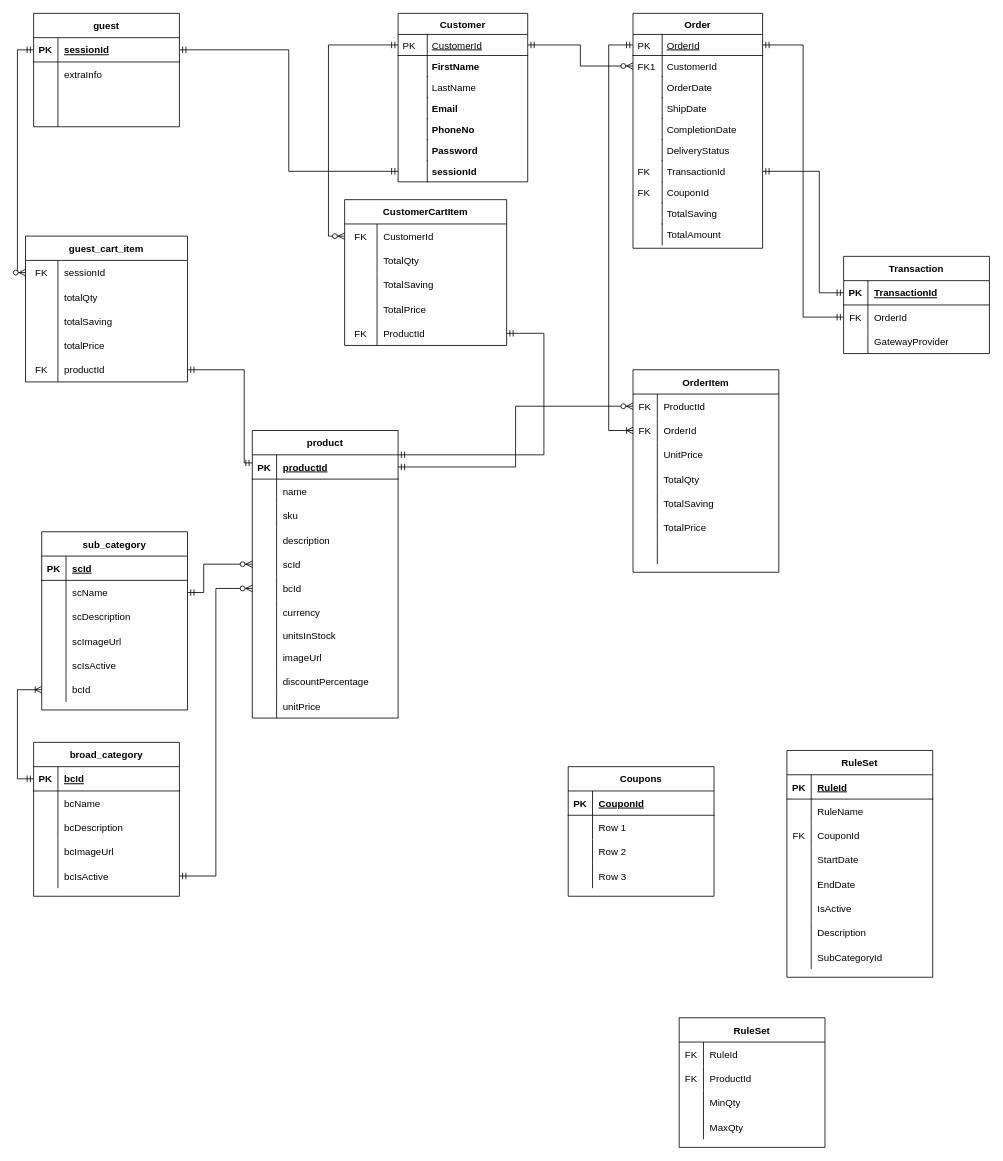
Earlier version of the draw.io diagram resources/e-food.drawio (shashankvivek/e-food-server). Source tidied: cells renumbered, new cells numbered last; positions are measured from the earlier drawing's top-left corner, leaving out a move shared by most shapes. Both pictures are drawn from the tidied source at 81%, with x=0, y=0 at pixel (17, 13).
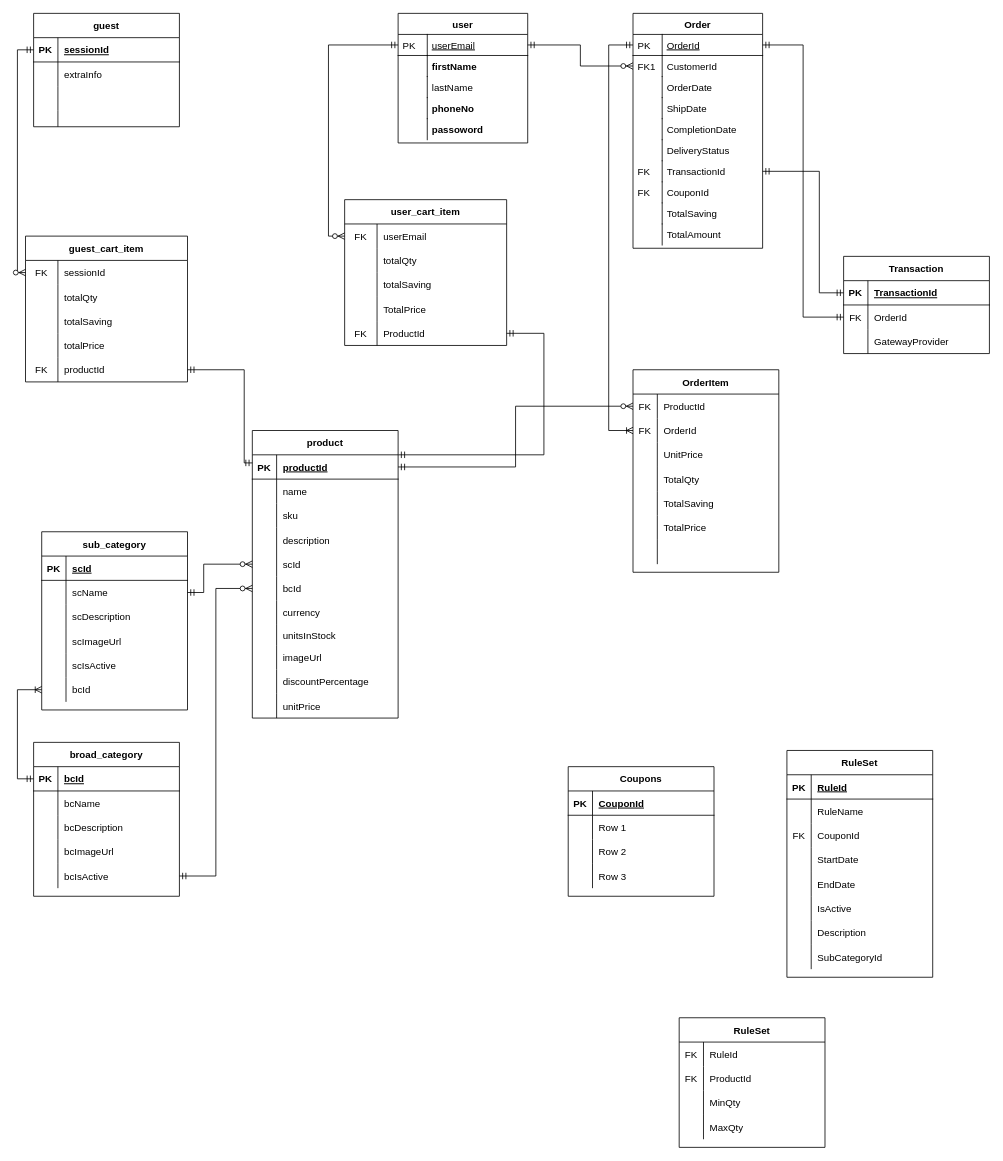
The same page after the edit.

Unchanged cells that the change refers to:
```xml
<mxCell id="72" style="shape=partialRectangle;fillColor=none;top=0;left=0;bottom=1;right=0;points=[[0,0.5],[1,0.5]];portConstraint=eastwest;" parent="71" vertex="1">
  <mxGeometry y="30" width="180" height="30" as="geometry" />
</mxCell>
<mxCell id="96" style="shape=partialRectangle;fillColor=none;top=0;left=0;bottom=0;right=0;points=[[0,0.5],[1,0.5]];portConstraint=eastwest;" parent="95" vertex="1">
  <mxGeometry y="30" width="200" height="30" as="geometry" />
</mxCell>
<mxCell id="99" style="shape=partialRectangle;fillColor=none;top=0;left=0;bottom=0;right=0;" parent="95" vertex="1">
  <mxGeometry y="60" width="200" height="30" as="geometry" />
</mxCell>
<mxCell id="102" style="shape=partialRectangle;fillColor=none;top=0;left=0;bottom=0;right=0;" parent="95" vertex="1">
  <mxGeometry y="90" width="200" height="30" as="geometry" />
</mxCell>
```

Diff of the diagram source:
```diff
@@
-    <mxCell id="50" value="Customer" style="swimlane;fontStyle=1;horizontal=1;startSize=26;rounded=0;shadow=0;strokeWidth=1;" parent="1" vertex="1">
-      <mxGeometry x="470" width="160" height="208" as="geometry" />
+    <mxCell id="50" value="user" style="swimlane;fontStyle=1;horizontal=1;startSize=26;rounded=0;shadow=0;strokeWidth=1;" parent="1" vertex="1">
+      <mxGeometry x="470" width="160" height="160" as="geometry" />
     </mxCell>
-    <mxCell id="51" value="CustomerId" style="shape=partialRectangle;top=0;left=0;right=0;bottom=1;align=left;verticalAlign=top;fillColor=none;spacingLeft=40;spacingRight=4;overflow=hidden;points=[[0,0.5],[1,0.5]];portConstraint=eastwest;rounded=0;shadow=0;strokeWidth=1;fontStyle=4;" parent="50" vertex="1">
+    <mxCell id="51" value="userEmail" style="shape=partialRectangle;top=0;left=0;right=0;bottom=1;align=left;verticalAlign=top;fillColor=none;spacingLeft=40;spacingRight=4;overflow=hidden;points=[[0,0.5],[1,0.5]];portConstraint=eastwest;rounded=0;shadow=0;strokeWidth=1;fontStyle=4;" parent="50" vertex="1">
       <mxGeometry y="26" width="160" height="26" as="geometry" />
     </mxCell>
@@
-    <mxCell id="53" value="FirstName" style="shape=partialRectangle;top=0;left=0;right=0;bottom=0;align=left;verticalAlign=top;fillColor=none;spacingLeft=40;spacingRight=4;overflow=hidden;rounded=0;shadow=0;strokeWidth=1;fontStyle=1;" parent="50" vertex="1">
+    <mxCell id="53" value="firstName" style="shape=partialRectangle;top=0;left=0;right=0;bottom=0;align=left;verticalAlign=top;fillColor=none;spacingLeft=40;spacingRight=4;overflow=hidden;rounded=0;shadow=0;strokeWidth=1;fontStyle=1;" parent="50" vertex="1">
       <mxGeometry y="52" width="160" height="26" as="geometry" />
     </mxCell>
@@
-    <mxCell id="55" value="LastName" style="shape=partialRectangle;top=0;left=0;right=0;bottom=0;align=left;verticalAlign=top;fillColor=none;spacingLeft=40;spacingRight=4;overflow=hidden;rounded=0;shadow=0;strokeWidth=1;" parent="50" vertex="1">
+    <mxCell id="55" value="lastName" style="shape=partialRectangle;top=0;left=0;right=0;bottom=0;align=left;verticalAlign=top;fillColor=none;spacingLeft=40;spacingRight=4;overflow=hidden;rounded=0;shadow=0;strokeWidth=1;" parent="50" vertex="1">
       <mxGeometry y="78" width="160" height="26" as="geometry" />
     </mxCell>
@@
-    <mxCell id="57" value="Email" style="shape=partialRectangle;top=0;left=0;right=0;bottom=0;align=left;verticalAlign=top;fillColor=none;spacingLeft=40;spacingRight=4;overflow=hidden;rounded=0;shadow=0;strokeWidth=1;fontStyle=1;" parent="50" vertex="1">
-      <mxGeometry y="104" width="160" height="26" as="geometry" />
-    </mxCell>
-    <mxCell id="58" style="shape=partialRectangle;top=0;left=0;bottom=0;fillColor=none;align=left;verticalAlign=top;spacingLeft=4;spacingRight=4;overflow=hidden;" parent="57" vertex="1">
-      <mxGeometry width="36" height="26" as="geometry" />
-    </mxCell>
-    <mxCell id="59" value="PhoneNo" style="shape=partialRectangle;top=0;left=0;right=0;bottom=0;align=left;verticalAlign=top;fillColor=none;spacingLeft=40;spacingRight=4;overflow=hidden;rounded=0;shadow=0;strokeWidth=1;fontStyle=1;" parent="50" vertex="1">
-      <mxGeometry y="130" width="160" height="26" as="geometry" />
+    <mxCell id="59" value="phoneNo" style="shape=partialRectangle;top=0;left=0;right=0;bottom=0;align=left;verticalAlign=top;fillColor=none;spacingLeft=40;spacingRight=4;overflow=hidden;rounded=0;shadow=0;strokeWidth=1;fontStyle=1;" parent="50" vertex="1">
+      <mxGeometry y="104" width="160" height="26" as="geometry" />
     </mxCell>
@@
-    <mxCell id="61" value="Password" style="shape=partialRectangle;top=0;left=0;right=0;bottom=0;align=left;verticalAlign=top;fillColor=none;spacingLeft=40;spacingRight=4;overflow=hidden;rounded=0;shadow=0;strokeWidth=1;fontStyle=1;" parent="50" vertex="1">
-      <mxGeometry y="156" width="160" height="26" as="geometry" />
+    <mxCell id="61" value="passoword" style="shape=partialRectangle;top=0;left=0;right=0;bottom=0;align=left;verticalAlign=top;fillColor=none;spacingLeft=40;spacingRight=4;overflow=hidden;rounded=0;shadow=0;strokeWidth=1;fontStyle=1;" parent="50" vertex="1">
+      <mxGeometry y="130" width="160" height="26" as="geometry" />
     </mxCell>
@@
-    <mxCell id="63" value="sessionId" style="shape=partialRectangle;top=0;left=0;right=0;bottom=0;align=left;verticalAlign=top;fillColor=none;spacingLeft=40;spacingRight=4;overflow=hidden;points=[[0,0.5],[1,0.5]];portConstraint=eastwest;rounded=0;shadow=0;strokeWidth=1;fontStyle=1;" parent="50" vertex="1">
-      <mxGeometry y="182" width="160" height="26" as="geometry" />
-    </mxCell>
-    <mxCell id="64" style="shape=partialRectangle;top=0;left=0;bottom=0;fillColor=none;align=left;verticalAlign=top;spacingLeft=4;spacingRight=4;overflow=hidden;" parent="63" vertex="1">
-      <mxGeometry width="36" height="26" as="geometry" />
-    </mxCell>
@@
-    <mxCell id="95" value="CustomerCartItem" style="shape=table;startSize=30;childLayout=tableLayout;rowLines=0;fontStyle=1;align=center;" parent="1" vertex="1">
+    <mxCell id="95" value="user_cart_item" style="shape=table;startSize=30;childLayout=tableLayout;rowLines=0;fontStyle=1;align=center;" parent="1" vertex="1">
       <mxGeometry x="404" y="230" width="200" height="180" as="geometry" />
     </mxCell>
@@
-    <mxCell id="98" value="CustomerId" style="shape=partialRectangle;fillColor=none;top=0;left=0;bottom=0;right=0;align=left;spacingLeft=6;overflow=hidden;" parent="96" vertex="1">
+    <mxCell id="98" value="userEmail" style="shape=partialRectangle;fillColor=none;top=0;left=0;bottom=0;right=0;align=left;spacingLeft=6;overflow=hidden;" parent="96" vertex="1">
       <mxGeometry x="40" width="160" height="30" as="geometry" />
     </mxCell>
@@
-    <mxCell id="101" value="TotalQty" style="shape=partialRectangle;fillColor=none;top=0;left=0;bottom=0;right=0;align=left;spacingLeft=6;overflow=hidden;" parent="99" vertex="1">
+    <mxCell id="101" value="totalQty" style="shape=partialRectangle;fillColor=none;top=0;left=0;bottom=0;right=0;align=left;spacingLeft=6;overflow=hidden;" parent="99" vertex="1">
       <mxGeometry x="40" width="160" height="30" as="geometry" />
     </mxCell>
@@
-    <mxCell id="104" value="TotalSaving" style="shape=partialRectangle;fillColor=none;top=0;left=0;bottom=0;right=0;align=left;spacingLeft=6;overflow=hidden;" parent="102" vertex="1">
+    <mxCell id="104" value="totalSaving" style="shape=partialRectangle;fillColor=none;top=0;left=0;bottom=0;right=0;align=left;spacingLeft=6;overflow=hidden;" parent="102" vertex="1">
       <mxGeometry x="40" width="160" height="30" as="geometry" />
     </mxCell>
@@
-    <mxCell id="247" style="edgeStyle=orthogonalEdgeStyle;rounded=0;jettySize=auto;html=1;entryX=0;entryY=0.5;entryDx=0;entryDy=0;endArrow=ERmandOne;endFill=0;startArrow=ERmandOne;startFill=0;" parent="1" edge="1" source="72" target="63">
-      <mxGeometry relative="1" as="geometry" />
-    </mxCell>
```
